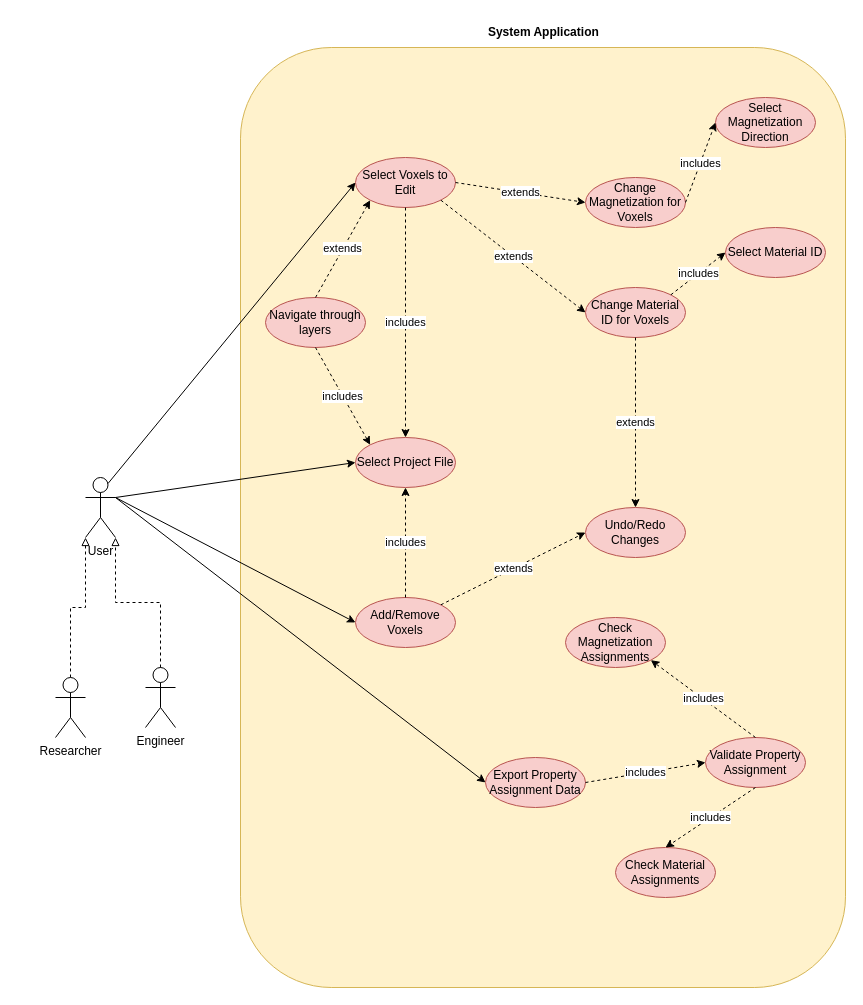
This is docs/SRS-Meyer/requirements/models/use_case_diagram.drawio from OmarHassanAdelhamid/Five-of-a-Kind-capstone-project-, a draw.io file, before an edit. Source tidied: cells renumbered, new cells numbered last; positions are measured from the earlier drawing's top-left corner, leaving out a move shared by most shapes. Both pictures are drawn from the tidied source at 100%, with x=0, y=0 at pixel (55, 17).
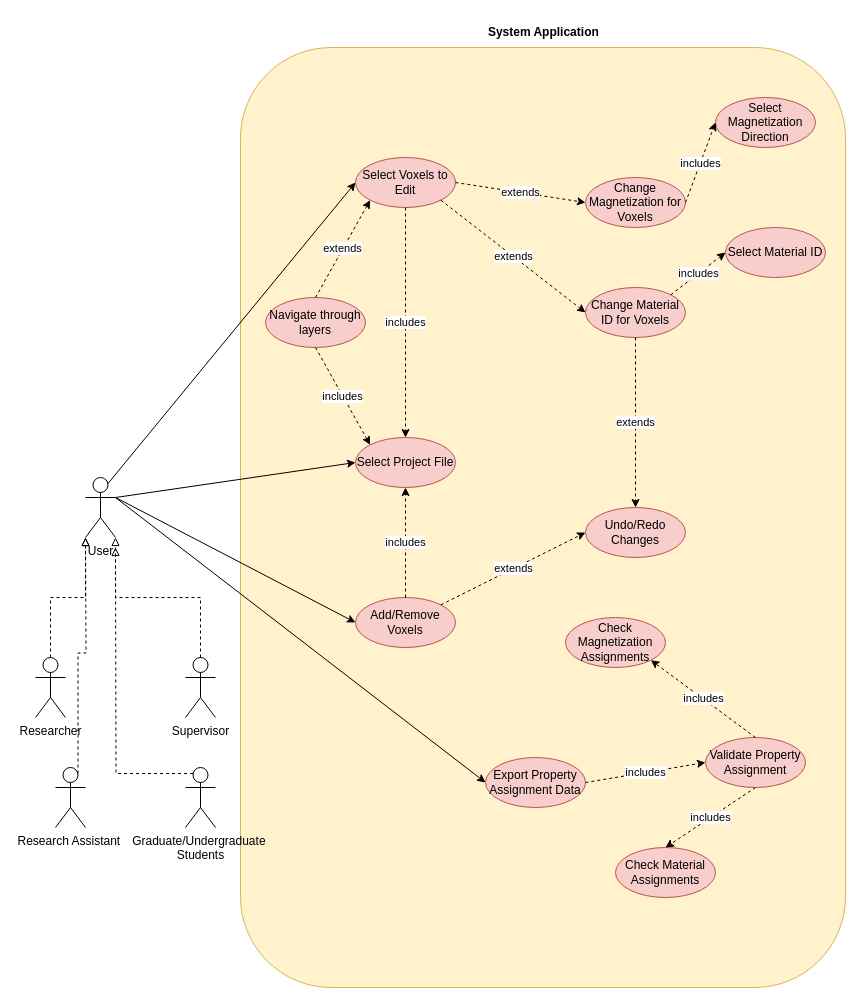
Above is the later version.

Commit message (it also covers changes not shown here):
Update the use case diagrams to better fit the stakeholder

What changed in the source:
```diff
@@
-    <mxCell id="5" value="Engineer" style="shape=umlActor;verticalLabelPosition=bottom;verticalAlign=top;html=1;outlineConnect=0;" parent="1" vertex="1">
-      <mxGeometry x="90" y="650" width="30" height="60" as="geometry" />
+    <mxCell id="5" value="Supervisor" style="shape=umlActor;verticalLabelPosition=bottom;verticalAlign=top;html=1;outlineConnect=0;" parent="1" vertex="1">
+      <mxGeometry x="130" y="640" width="30" height="60" as="geometry" />
     </mxCell>
@@
     <mxCell id="7" value="Researcher" style="shape=umlActor;verticalLabelPosition=bottom;verticalAlign=top;html=1;outlineConnect=0;" parent="1" vertex="1">
-      <mxGeometry y="660" width="30" height="60" as="geometry" />
+      <mxGeometry x="-20" y="640" width="30" height="60" as="geometry" />
     </mxCell>
@@
+    <mxCell id="39" style="edgeStyle=orthogonalEdgeStyle;rounded=0;jettySize=auto;html=1;exitX=0.75;exitY=0.1;exitDx=0;exitDy=0;exitPerimeter=0;dashed=1;endArrow=block;endFill=0;" parent="1" edge="1" source="40">
+      <mxGeometry relative="1" as="geometry">
+        <mxPoint x="30" y="520" as="targetPoint" />
+      </mxGeometry>
+    </mxCell>
+    <mxCell id="40" value="Research Assistant&amp;nbsp;" style="shape=umlActor;verticalLabelPosition=bottom;verticalAlign=top;html=1;outlineConnect=0;" parent="1" vertex="1">
+      <mxGeometry y="750" width="30" height="60" as="geometry" />
+    </mxCell>
+    <mxCell id="41" style="edgeStyle=orthogonalEdgeStyle;rounded=0;jettySize=auto;html=1;exitX=0.25;exitY=0.1;exitDx=0;exitDy=0;exitPerimeter=0;dashed=1;endArrow=block;endFill=0;" parent="1" edge="1" source="42">
+      <mxGeometry relative="1" as="geometry">
+        <mxPoint x="60" y="530" as="targetPoint" />
+      </mxGeometry>
+    </mxCell>
+    <mxCell id="42" value="Graduate/Undergraduate&amp;nbsp;&lt;div&gt;Students&lt;/div&gt;" style="shape=umlActor;verticalLabelPosition=bottom;verticalAlign=top;html=1;outlineConnect=0;" parent="1" vertex="1">
+      <mxGeometry x="130" y="750" width="30" height="60" as="geometry" />
+    </mxCell>
```
